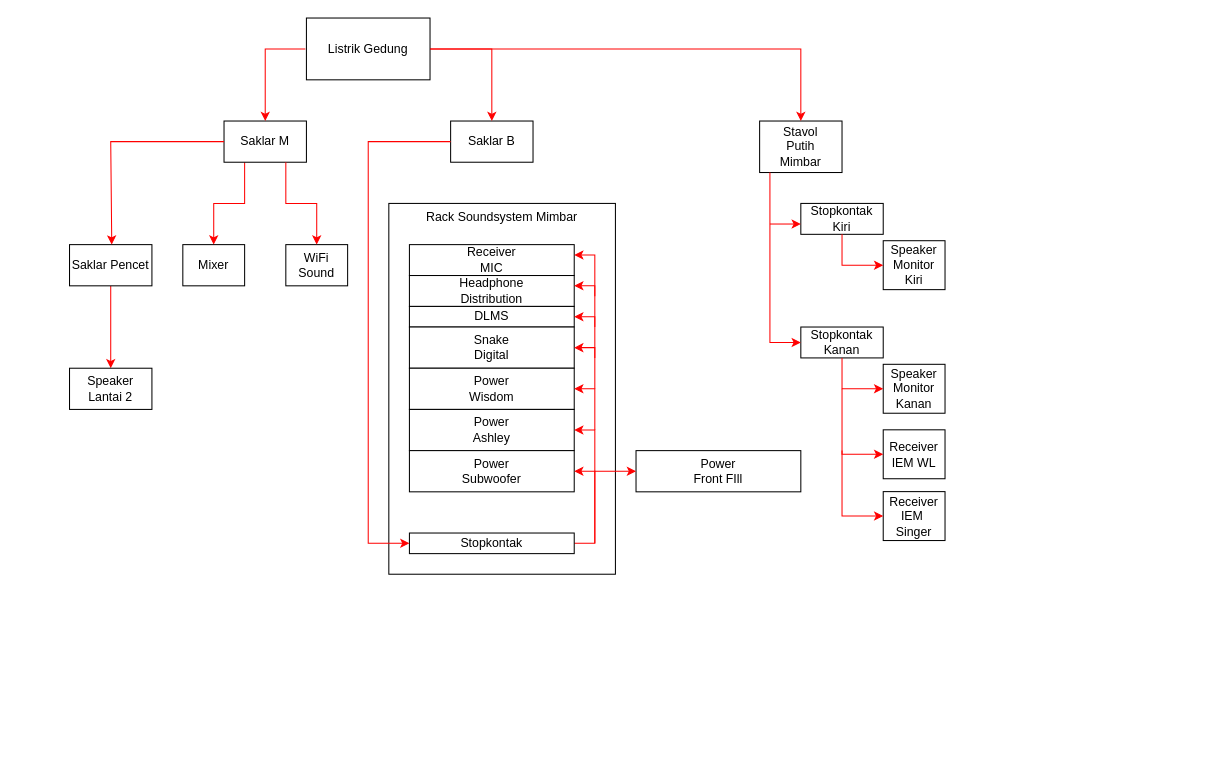
Earlier version of the draw.io diagram Soundsystem.drawio (hnkzf/topologi-site). Source tidied: cells renumbered, new cells numbered last; positions are measured from the earlier drawing's top-left corner, leaving out a move shared by most shapes. Both pictures are drawn from the tidied source at 103%, with x=0, y=0 at pixel (69, 18).
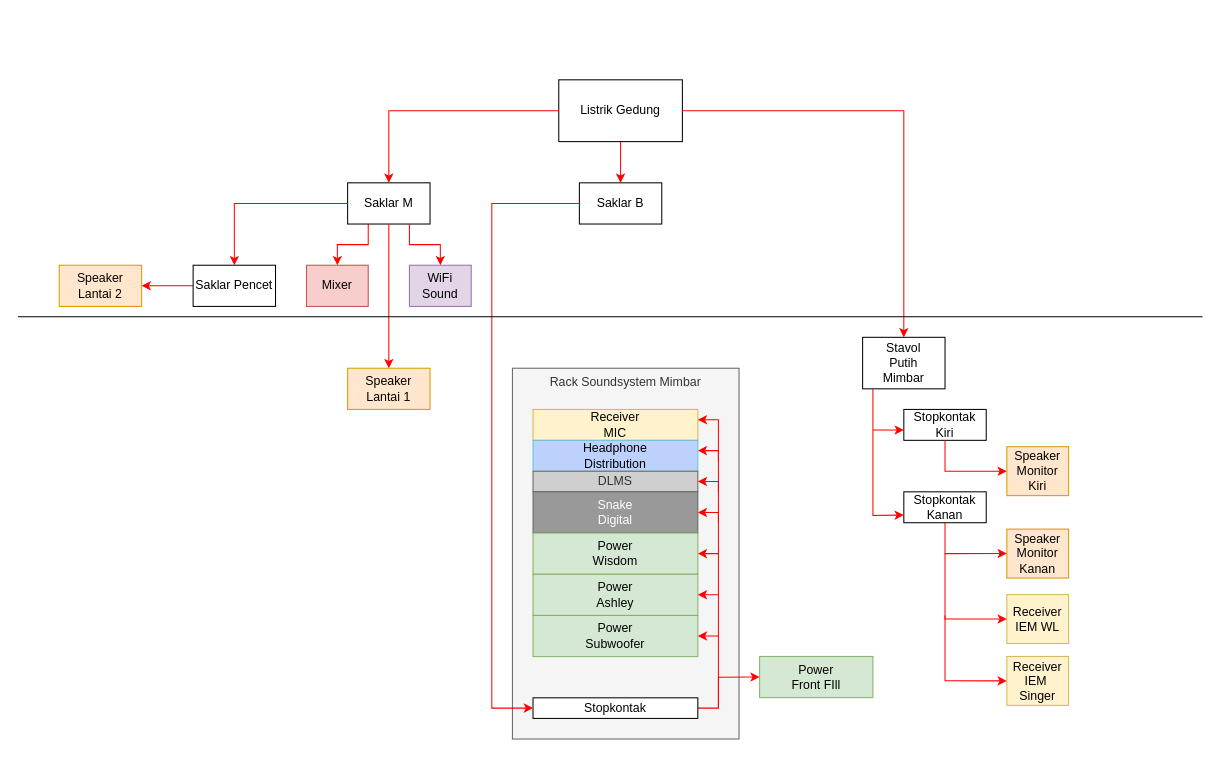
The same diagram, later.

What changed in the source:
```diff
@@
+    <mxCell id="6" value="Rack Soundsystem Mimbar" style="rounded=0;whiteSpace=wrap;html=1;fillColor=#f5f5f5;verticalAlign=top;labelBackgroundColor=none;strokeColor=#666666;fontColor=#333333;" parent="1" vertex="1">
+      <mxGeometry x="430" y="340" width="220" height="360" as="geometry" />
+    </mxCell>
     <mxCell id="2" style="edgeStyle=orthogonalEdgeStyle;rounded=0;jettySize=auto;html=1;entryX=0.5;entryY=0;entryDx=0;entryDy=0;labelBackgroundColor=none;fontColor=default;strokeColor=#FF0000;" parent="1" edge="1" source="3" target="5">
       <mxGeometry relative="1" as="geometry">
         <Array as="points">
-          <mxPoint x="170" y="180" />
-          <mxPoint x="140" y="180" />
+          <mxPoint x="290" y="220" />
+          <mxPoint x="260" y="220" />
         </Array>
       </mxGeometry>
     </mxCell>
     <mxCell id="3" value="Saklar M" style="rounded=0;whiteSpace=wrap;html=1;labelBackgroundColor=none;" parent="1" vertex="1">
-      <mxGeometry x="150" y="100" width="80" height="40" as="geometry" />
+      <mxGeometry x="270" y="160" width="80" height="40" as="geometry" />
     </mxCell>
     <mxCell id="4" value="Saklar B" style="rounded=0;whiteSpace=wrap;html=1;labelBackgroundColor=none;" parent="1" vertex="1">
-      <mxGeometry x="370" y="100" width="80" height="40" as="geometry" />
+      <mxGeometry x="495" y="160" width="80" height="40" as="geometry" />
     </mxCell>
-    <mxCell id="5" value="Mixer" style="rounded=0;whiteSpace=wrap;html=1;labelBackgroundColor=none;" parent="1" vertex="1">
-      <mxGeometry x="110" y="220" width="60" height="40" as="geometry" />
+    <mxCell id="5" value="Mixer" style="rounded=0;whiteSpace=wrap;html=1;labelBackgroundColor=none;fillColor=#f8cecc;strokeColor=#b85450;" parent="1" vertex="1">
+      <mxGeometry x="230" y="240" width="60" height="40" as="geometry" />
     </mxCell>
-    <mxCell id="6" value="Rack Soundsystem Mimbar" style="rounded=0;whiteSpace=wrap;html=1;fillColor=none;verticalAlign=top;labelBackgroundColor=none;" parent="1" vertex="1">
-      <mxGeometry x="310" y="180" width="220" height="360" as="geometry" />
-    </mxCell>
-    <mxCell id="7" value="Receiver&lt;div&gt;MIC&lt;/div&gt;" style="rounded=0;whiteSpace=wrap;html=1;labelBackgroundColor=none;" parent="1" vertex="1">
-      <mxGeometry x="330" y="220" width="160" height="30" as="geometry" />
+    <mxCell id="7" value="Receiver&lt;div&gt;MIC&lt;/div&gt;" style="rounded=0;whiteSpace=wrap;html=1;labelBackgroundColor=none;fillColor=#fff2cc;strokeColor=#d6b656;" parent="1" vertex="1">
+      <mxGeometry x="450" y="380" width="160" height="30" as="geometry" />
     </mxCell>
-    <mxCell id="8" value="Headphone&lt;div&gt;Distribution&lt;/div&gt;" style="rounded=0;whiteSpace=wrap;html=1;labelBackgroundColor=none;" parent="1" vertex="1">
-      <mxGeometry x="330" y="250" width="160" height="30" as="geometry" />
+    <mxCell id="8" value="Headphone&lt;div&gt;Distribution&lt;/div&gt;" style="rounded=0;whiteSpace=wrap;html=1;labelBackgroundColor=none;fillColor=#BCD1FC;strokeColor=#6AC3D4;" parent="1" vertex="1">
+      <mxGeometry x="450" y="410" width="160" height="30" as="geometry" />
     </mxCell>
-    <mxCell id="9" value="DLMS" style="rounded=0;whiteSpace=wrap;html=1;labelBackgroundColor=none;" parent="1" vertex="1">
-      <mxGeometry x="330" y="280" width="160" height="20" as="geometry" />
+    <mxCell id="9" value="DLMS" style="rounded=0;whiteSpace=wrap;html=1;labelBackgroundColor=none;fillColor=#CFCFCF;fontColor=#333333;strokeColor=#666666;" parent="1" vertex="1">
+      <mxGeometry x="450" y="440" width="160" height="20" as="geometry" />
     </mxCell>
-    <mxCell id="10" value="Snake&lt;div&gt;Digital&lt;/div&gt;" style="rounded=0;whiteSpace=wrap;html=1;labelBackgroundColor=none;" parent="1" vertex="1">
-      <mxGeometry x="330" y="300" width="160" height="40" as="geometry" />
+    <mxCell id="10" value="Snake&lt;div&gt;Digital&lt;/div&gt;" style="rounded=0;whiteSpace=wrap;html=1;labelBackgroundColor=none;fillColor=#999999;fontColor=#FFFFFF;strokeColor=#666666;" parent="1" vertex="1">
+      <mxGeometry x="450" y="460" width="160" height="40" as="geometry" />
     </mxCell>
-    <mxCell id="11" value="Power&lt;div&gt;Wisdom&lt;/div&gt;" style="rounded=0;whiteSpace=wrap;html=1;labelBackgroundColor=none;" parent="1" vertex="1">
-      <mxGeometry x="330" y="340" width="160" height="40" as="geometry" />
+    <mxCell id="11" value="Power&lt;div&gt;Wisdom&lt;/div&gt;" style="rounded=0;whiteSpace=wrap;html=1;labelBackgroundColor=none;fillColor=#d5e8d4;strokeColor=#82b366;" parent="1" vertex="1">
+      <mxGeometry x="450" y="500" width="160" height="40" as="geometry" />
     </mxCell>
-    <mxCell id="12" value="Power&lt;div&gt;Ashley&lt;/div&gt;" style="rounded=0;whiteSpace=wrap;html=1;labelBackgroundColor=none;" parent="1" vertex="1">
-      <mxGeometry x="330" y="380" width="160" height="40" as="geometry" />
+    <mxCell id="12" value="Power&lt;div&gt;Ashley&lt;/div&gt;" style="rounded=0;whiteSpace=wrap;html=1;labelBackgroundColor=none;fillColor=#d5e8d4;strokeColor=#82b366;" parent="1" vertex="1">
+      <mxGeometry x="450" y="540" width="160" height="40" as="geometry" />
     </mxCell>
-    <mxCell id="13" value="Power&lt;div&gt;Subwoofer&lt;/div&gt;" style="rounded=0;whiteSpace=wrap;html=1;labelBackgroundColor=none;" parent="1" vertex="1">
-      <mxGeometry x="330" y="420" width="160" height="40" as="geometry" />
+    <mxCell id="13" value="Power&lt;div&gt;Subwoofer&lt;/div&gt;" style="rounded=0;whiteSpace=wrap;html=1;labelBackgroundColor=none;fillColor=#d5e8d4;strokeColor=#82b366;" parent="1" vertex="1">
+      <mxGeometry x="450" y="580" width="160" height="40" as="geometry" />
     </mxCell>
-    <mxCell id="14" value="Power&lt;div&gt;Front FIll&lt;/div&gt;" style="rounded=0;whiteSpace=wrap;html=1;labelBackgroundColor=none;" parent="1" vertex="1">
-      <mxGeometry x="550" y="420" width="160" height="40" as="geometry" />
+    <mxCell id="14" value="Power&lt;div&gt;Front FIll&lt;/div&gt;" style="rounded=0;whiteSpace=wrap;html=1;labelBackgroundColor=none;fillColor=#d5e8d4;strokeColor=#82b366;" parent="1" vertex="1">
+      <mxGeometry x="670" y="619.8" width="110" height="40" as="geometry" />
     </mxCell>
     <mxCell id="15" style="edgeStyle=orthogonalEdgeStyle;rounded=0;jettySize=auto;html=1;entryX=1;entryY=0.5;entryDx=0;entryDy=0;labelBackgroundColor=none;fontColor=default;strokeColor=#FF0000;" parent="1" edge="1" source="16" target="13">
       <mxGeometry relative="1" as="geometry">
         <Array as="points">
-          <mxPoint x="510" y="510" />
-          <mxPoint x="510" y="440" />
+          <mxPoint x="630" y="670" />
+          <mxPoint x="630" y="600" />
         </Array>
       </mxGeometry>
     </mxCell>
     <mxCell id="16" value="Stopkontak" style="rounded=0;whiteSpace=wrap;html=1;labelBackgroundColor=none;" parent="1" vertex="1">
-      <mxGeometry x="330" y="500" width="160" height="20" as="geometry" />
+      <mxGeometry x="450" y="660" width="160" height="20" as="geometry" />
     </mxCell>
     <mxCell id="17" style="endArrow=classic;html=1;rounded=0;labelBackgroundColor=none;fontColor=default;strokeColor=#FF0000;" parent="1" edge="1">
       <mxGeometry relative="1" as="geometry">
-        <mxPoint x="510" y="440" as="sourcePoint" />
-        <mxPoint x="490" y="400" as="targetPoint" />
+        <mxPoint x="630" y="600" as="sourcePoint" />
+        <mxPoint x="610" y="560" as="targetPoint" />
         <Array as="points">
-          <mxPoint x="510" y="400" />
+          <mxPoint x="630" y="560" />
         </Array>
       </mxGeometry>
     </mxCell>
     <mxCell id="18" style="endArrow=classic;html=1;rounded=0;labelBackgroundColor=none;fontColor=default;strokeColor=#FF0000;" parent="1" edge="1">
       <mxGeometry relative="1" as="geometry">
-        <mxPoint x="510" y="400" as="sourcePoint" />
-        <mxPoint x="490" y="360" as="targetPoint" />
+        <mxPoint x="630" y="560" as="sourcePoint" />
+        <mxPoint x="610" y="520" as="targetPoint" />
         <Array as="points">
-          <mxPoint x="510" y="360" />
+          <mxPoint x="630" y="520" />
         </Array>
       </mxGeometry>
     </mxCell>
     <mxCell id="19" style="endArrow=classic;html=1;rounded=0;labelBackgroundColor=none;fontColor=default;strokeColor=#FF0000;" parent="1" edge="1">
       <mxGeometry relative="1" as="geometry">
-        <mxPoint x="510" y="300" as="sourcePoint" />
-        <mxPoint x="490" y="260" as="targetPoint" />
+        <mxPoint x="630" y="460" as="sourcePoint" />
+        <mxPoint x="610" y="420" as="targetPoint" />
         <Array as="points">
-          <mxPoint x="510" y="260" />
+          <mxPoint x="630" y="420" />
         </Array>
       </mxGeometry>
     </mxCell>
     <mxCell id="20" style="endArrow=classic;html=1;rounded=0;labelBackgroundColor=none;fontColor=default;strokeColor=#FF0000;" parent="1" edge="1">
       <mxGeometry relative="1" as="geometry">
-        <mxPoint x="510" y="360" as="sourcePoint" />
-        <mxPoint x="490" y="320" as="targetPoint" />
+        <mxPoint x="630" y="520" as="sourcePoint" />
+        <mxPoint x="610" y="480" as="targetPoint" />
         <Array as="points">
-          <mxPoint x="510" y="320" />
+          <mxPoint x="630" y="480" />
         </Array>
       </mxGeometry>
     </mxCell>
     <mxCell id="21" style="endArrow=classic;html=1;rounded=0;labelBackgroundColor=none;fontColor=default;strokeColor=#FF0000;" parent="1" edge="1">
       <mxGeometry relative="1" as="geometry">
-        <mxPoint x="510" y="330" as="sourcePoint" />
-        <mxPoint x="490" y="290" as="targetPoint" />
+        <mxPoint x="630" y="490" as="sourcePoint" />
+        <mxPoint x="610" y="450" as="targetPoint" />
         <Array as="points">
-          <mxPoint x="510" y="290" />
+          <mxPoint x="630" y="450" />
         </Array>
       </mxGeometry>
     </mxCell>
     <mxCell id="22" style="endArrow=classic;html=1;rounded=0;labelBackgroundColor=none;fontColor=default;strokeColor=#FF0000;" parent="1" edge="1">
       <mxGeometry relative="1" as="geometry">
-        <mxPoint x="510" y="270" as="sourcePoint" />
-        <mxPoint x="490" y="230" as="targetPoint" />
+        <mxPoint x="630" y="430" as="sourcePoint" />
+        <mxPoint x="610" y="390" as="targetPoint" />
         <Array as="points">
-          <mxPoint x="510" y="230" />
+          <mxPoint x="630" y="390" />
         </Array>
       </mxGeometry>
     </mxCell>
     <mxCell id="23" style="endArrow=classic;html=1;rounded=0;labelBackgroundColor=none;fontColor=default;strokeColor=#FF0000;entryX=0;entryY=0.5;entryDx=0;entryDy=0;" parent="1" edge="1" target="14">
       <mxGeometry relative="1" as="geometry">
-        <mxPoint x="510" y="510" as="sourcePoint" />
+        <mxPoint x="630" y="670" as="sourcePoint" />
         <Array as="points">
-          <mxPoint x="510" y="440" />
+          <mxPoint x="630" y="640" />
         </Array>
       </mxGeometry>
     </mxCell>
-    <mxCell id="24" style="endArrow=classic;html=1;rounded=0;exitX=0;exitY=0.5;exitDx=0;exitDy=0;strokeColor=#FF0000;" parent="1" edge="1" source="4">
+    <mxCell id="24" style="endArrow=classic;html=1;rounded=0;exitX=0;exitY=0.5;exitDx=0;exitDy=0;strokeColor=#FF0000;entryX=0;entryY=0.5;entryDx=0;entryDy=0;" parent="1" edge="1" source="4" target="16">
       <mxGeometry relative="1" as="geometry">
-        <mxPoint x="330" y="510" as="targetPoint" />
         <Array as="points">
-          <mxPoint x="290" y="120" />
-          <mxPoint x="290" y="510" />
+          <mxPoint x="410" y="180" />
+          <mxPoint x="410" y="670" />
         </Array>
       </mxGeometry>
     </mxCell>
-    <mxCell id="25" style="edgeStyle=orthogonalEdgeStyle;rounded=0;jettySize=auto;html=1;entryX=0.5;entryY=0;entryDx=0;entryDy=0;labelBackgroundColor=none;fontColor=default;strokeColor=#FF0000;" parent="1" edge="1" source="26" target="27">
+    <mxCell id="25" style="edgeStyle=orthogonalEdgeStyle;rounded=0;jettySize=auto;html=1;entryX=1;entryY=0.5;entryDx=0;entryDy=0;labelBackgroundColor=none;fontColor=default;strokeColor=#FF0000;entryPerimeter=0;" parent="1" edge="1" source="26" target="27">
       <mxGeometry relative="1" as="geometry" />
     </mxCell>
     <mxCell id="26" value="Saklar Pencet" style="rounded=0;whiteSpace=wrap;html=1;labelBackgroundColor=none;" parent="1" vertex="1">
-      <mxGeometry y="220" width="80" height="40" as="geometry" />
+      <mxGeometry x="120" y="240" width="80" height="40" as="geometry" />
     </mxCell>
-    <mxCell id="27" value="Speaker&lt;div&gt;Lantai 2&lt;/div&gt;" style="rounded=0;whiteSpace=wrap;html=1;labelBackgroundColor=none;" parent="1" vertex="1">
-      <mxGeometry y="340" width="80" height="40" as="geometry" />
+    <mxCell id="27" value="Speaker&lt;div&gt;Lantai 2&lt;/div&gt;" style="rounded=0;whiteSpace=wrap;html=1;labelBackgroundColor=none;fillColor=#ffe6cc;strokeColor=#d79b00;" parent="1" vertex="1">
+      <mxGeometry x="-10" y="240" width="80" height="40" as="geometry" />
     </mxCell>
-    <mxCell id="28" value="WiFi&lt;div&gt;Sound&lt;/div&gt;" style="rounded=0;whiteSpace=wrap;html=1;labelBackgroundColor=none;" parent="1" vertex="1">
-      <mxGeometry x="210" y="220" width="60" height="40" as="geometry" />
+    <mxCell id="28" value="WiFi&lt;div&gt;Sound&lt;/div&gt;" style="rounded=0;whiteSpace=wrap;html=1;labelBackgroundColor=none;fillColor=#e1d5e7;strokeColor=#9673a6;" parent="1" vertex="1">
+      <mxGeometry x="330" y="240" width="60" height="40" as="geometry" />
     </mxCell>
     <mxCell id="29" style="endArrow=classic;html=1;rounded=0;exitX=0.75;exitY=1;exitDx=0;exitDy=0;entryX=0.5;entryY=0;entryDx=0;entryDy=0;strokeColor=#FF0000;" parent="1" edge="1" source="3" target="28">
       <mxGeometry relative="1" as="geometry">
         <Array as="points">
-          <mxPoint x="210" y="180" />
-          <mxPoint x="240" y="180" />
+          <mxPoint x="330" y="220" />
+          <mxPoint x="360" y="220" />
         </Array>
       </mxGeometry>
     </mxCell>
-    <mxCell id="30" style="endArrow=classic;html=1;rounded=0;strokeColor=#FF0000;exitX=1;exitY=0.5;exitDx=0;exitDy=0;entryX=0.5;entryY=0;entryDx=0;entryDy=0;" parent="1" edge="1" source="31" target="4">
-      <mxGeometry relative="1" as="geometry">
-        <Array as="points">
-          <mxPoint x="410" y="30" />
-        </Array>
-      </mxGeometry>
+    <mxCell id="30" style="endArrow=classic;html=1;rounded=0;strokeColor=#FF0000;entryX=0.5;entryY=0;entryDx=0;entryDy=0;exitX=0.5;exitY=1;exitDx=0;exitDy=0;" parent="1" edge="1" source="31" target="4">
+      <mxGeometry relative="1" as="geometry" />
     </mxCell>
     <mxCell id="31" value="Listrik Gedung" style="rounded=0;whiteSpace=wrap;html=1;" parent="1" vertex="1">
-      <mxGeometry x="230" width="120" height="60" as="geometry" />
+      <mxGeometry x="475" y="60" width="120" height="60" as="geometry" />
     </mxCell>
-    <mxCell id="32" style="endArrow=classic;html=1;rounded=0;exitX=0;exitY=0.5;exitDx=0;exitDy=0;strokeColor=#FF0000;" parent="1" edge="1">
+    <mxCell id="32" style="endArrow=classic;html=1;rounded=0;strokeColor=#FF0000;" parent="1" edge="1" source="31">
       <mxGeometry relative="1" as="geometry">
-        <mxPoint x="229" y="30" as="sourcePoint" />
-        <mxPoint x="190" y="100" as="targetPoint" />
+        <mxPoint x="310" y="160" as="targetPoint" />
         <Array as="points">
-          <mxPoint x="190" y="30" />
+          <mxPoint x="310" y="90" />
         </Array>
       </mxGeometry>
     </mxCell>
     <mxCell id="33" style="endArrow=classic;html=1;rounded=0;exitX=0;exitY=0.5;exitDx=0;exitDy=0;strokeColor=#FF0000;" parent="1" edge="1" source="3">
       <mxGeometry relative="1" as="geometry">
-        <mxPoint x="41" y="220" as="targetPoint" />
+        <mxPoint x="160" y="240" as="targetPoint" />
         <Array as="points">
-          <mxPoint x="40" y="120" />
+          <mxPoint x="160" y="180" />
         </Array>
       </mxGeometry>
     </mxCell>
     <mxCell id="34" value="Stavol&lt;div&gt;Putih&lt;/div&gt;&lt;div&gt;Mimbar&lt;/div&gt;" style="rounded=0;whiteSpace=wrap;html=1;labelBackgroundColor=none;" parent="1" vertex="1">
-      <mxGeometry x="670" y="100" width="80" height="50" as="geometry" />
+      <mxGeometry x="770" y="310" width="80" height="50" as="geometry" />
     </mxCell>
-    <mxCell id="35" style="endArrow=classic;html=1;rounded=0;strokeColor=#FF0000;exitX=1;exitY=0.5;exitDx=0;exitDy=0;entryX=0.5;entryY=0;entryDx=0;entryDy=0;" parent="1" edge="1" source="31">
+    <mxCell id="35" style="endArrow=classic;html=1;rounded=0;strokeColor=#FF0000;exitX=1;exitY=0.5;exitDx=0;exitDy=0;entryX=0.5;entryY=0;entryDx=0;entryDy=0;" parent="1" edge="1" source="31" target="34">
       <mxGeometry relative="1" as="geometry">
-        <mxPoint x="710" y="100" as="targetPoint" />
         <Array as="points">
-          <mxPoint x="710" y="30" />
+          <mxPoint x="810" y="90" />
         </Array>
       </mxGeometry>
     </mxCell>
     <mxCell id="36" value="Stopkontak&lt;div&gt;Kiri&lt;/div&gt;" style="rounded=0;whiteSpace=wrap;html=1;" parent="1" vertex="1">
-      <mxGeometry x="710" y="180" width="80" height="30" as="geometry" />
+      <mxGeometry x="810" y="380" width="80" height="30" as="geometry" />
     </mxCell>
     <mxCell id="37" value="Stopkontak&lt;div&gt;Kanan&lt;/div&gt;" style="rounded=0;whiteSpace=wrap;html=1;" parent="1" vertex="1">
-      <mxGeometry x="710" y="300" width="80" height="30" as="geometry" />
+      <mxGeometry x="810" y="460" width="80" height="30" as="geometry" />
     </mxCell>
-    <mxCell id="38" style="endArrow=classic;html=1;rounded=0;exitX=0.125;exitY=1;exitDx=0;exitDy=0;exitPerimeter=0;strokeColor=#FF0000;" parent="1" edge="1" source="34">
+    <mxCell id="38" style="endArrow=classic;html=1;rounded=0;exitX=0.125;exitY=1;exitDx=0;exitDy=0;exitPerimeter=0;strokeColor=#FF0000;entryX=0;entryY=0.75;entryDx=0;entryDy=0;" parent="1" edge="1" source="34" target="37">
       <mxGeometry relative="1" as="geometry">
-        <mxPoint x="710" y="315" as="targetPoint" />
         <Array as="points">
-          <mxPoint x="680" y="315" />
+          <mxPoint x="780" y="483" />
         </Array>
       </mxGeometry>
     </mxCell>
     <mxCell id="39" style="endArrow=classic;html=1;rounded=0;strokeColor=#FF0000;" parent="1" edge="1">
       <mxGeometry relative="1" as="geometry">
-        <mxPoint x="680" y="200" as="sourcePoint" />
-        <mxPoint x="710" y="200" as="targetPoint" />
+        <mxPoint x="780" y="400" as="sourcePoint" />
+        <mxPoint x="810" y="400" as="targetPoint" />
       </mxGeometry>
     </mxCell>
-    <mxCell id="40" value="Speaker&lt;div&gt;Monitor Kiri&lt;/div&gt;" style="rounded=0;whiteSpace=wrap;html=1;" parent="1" vertex="1">
-      <mxGeometry x="790" y="216.2" width="60" height="47.5" as="geometry" />
+    <mxCell id="40" value="Speaker&lt;div&gt;Monitor Kiri&lt;/div&gt;" style="rounded=0;whiteSpace=wrap;html=1;fillColor=#ffe6cc;strokeColor=#d79b00;" parent="1" vertex="1">
+      <mxGeometry x="910" y="416.2" width="60" height="47.5" as="geometry" />
     </mxCell>
     <mxCell id="41" style="endArrow=classic;html=1;rounded=0;entryX=0;entryY=0.5;entryDx=0;entryDy=0;strokeColor=#FF0000;" parent="1" edge="1" target="40">
       <mxGeometry relative="1" as="geometry">
-        <mxPoint x="750" y="210" as="sourcePoint" />
+        <mxPoint x="850" y="410" as="sourcePoint" />
         <Array as="points">
-          <mxPoint x="750" y="240" />
+          <mxPoint x="850" y="440" />
         </Array>
       </mxGeometry>
     </mxCell>
-    <mxCell id="42" value="Speaker&lt;div&gt;Monitor Kanan&lt;/div&gt;" style="rounded=0;whiteSpace=wrap;html=1;" parent="1" vertex="1">
-      <mxGeometry x="790" y="336.2" width="60" height="47.5" as="geometry" />
+    <mxCell id="42" value="Speaker&lt;div&gt;Monitor Kanan&lt;/div&gt;" style="rounded=0;whiteSpace=wrap;html=1;fillColor=#ffe6cc;strokeColor=#d79b00;" parent="1" vertex="1">
+      <mxGeometry x="910" y="496.2" width="60" height="47.5" as="geometry" />
     </mxCell>
     <mxCell id="43" style="endArrow=classic;html=1;rounded=0;entryX=0;entryY=0.5;entryDx=0;entryDy=0;strokeColor=#FF0000;" parent="1" edge="1" target="42">
       <mxGeometry relative="1" as="geometry">
-        <mxPoint x="750" y="330" as="sourcePoint" />
+        <mxPoint x="850" y="490" as="sourcePoint" />
         <Array as="points">
-          <mxPoint x="750" y="360" />
+          <mxPoint x="850" y="520" />
         </Array>
       </mxGeometry>
     </mxCell>
-    <mxCell id="44" value="Receiver&lt;div&gt;IEM WL&lt;/div&gt;" style="rounded=0;whiteSpace=wrap;html=1;" parent="1" vertex="1">
-      <mxGeometry x="790" y="399.8" width="60" height="47.5" as="geometry" />
+    <mxCell id="44" value="Receiver&lt;div&gt;IEM WL&lt;/div&gt;" style="rounded=0;whiteSpace=wrap;html=1;fillColor=#fff2cc;strokeColor=#d6b656;" parent="1" vertex="1">
+      <mxGeometry x="910" y="559.8" width="60" height="47.5" as="geometry" />
     </mxCell>
     <mxCell id="45" style="endArrow=classic;html=1;rounded=0;entryX=0;entryY=0.5;entryDx=0;entryDy=0;strokeColor=#FF0000;" parent="1" edge="1" target="44">
       <mxGeometry relative="1" as="geometry">
-        <mxPoint x="750" y="360" as="sourcePoint" />
+        <mxPoint x="850" y="520" as="sourcePoint" />
         <Array as="points">
-          <mxPoint x="750" y="423.5" />
+          <mxPoint x="850" y="583.5" />
         </Array>
       </mxGeometry>
     </mxCell>
-    <mxCell id="46" value="Receiver&lt;div&gt;IEM&amp;nbsp;&lt;/div&gt;&lt;div&gt;Singer&lt;/div&gt;" style="rounded=0;whiteSpace=wrap;html=1;" parent="1" vertex="1">
-      <mxGeometry x="790" y="459.8" width="60" height="47.5" as="geometry" />
+    <mxCell id="46" value="Receiver&lt;div&gt;IEM&amp;nbsp;&lt;/div&gt;&lt;div&gt;Singer&lt;/div&gt;" style="rounded=0;whiteSpace=wrap;html=1;fillColor=#fff2cc;strokeColor=#d6b656;" parent="1" vertex="1">
+      <mxGeometry x="910" y="619.8" width="60" height="47.5" as="geometry" />
     </mxCell>
     <mxCell id="47" style="endArrow=classic;html=1;rounded=0;entryX=0;entryY=0.5;entryDx=0;entryDy=0;strokeColor=#FF0000;" parent="1" edge="1" target="46">
       <mxGeometry relative="1" as="geometry">
-        <mxPoint x="750" y="420" as="sourcePoint" />
+        <mxPoint x="850" y="580" as="sourcePoint" />
         <Array as="points">
-          <mxPoint x="750" y="483.5" />
+          <mxPoint x="850" y="643.5" />
         </Array>
       </mxGeometry>
     </mxCell>
+    <mxCell id="48" value="Speaker&lt;div&gt;Lantai 1&lt;/div&gt;" style="rounded=0;whiteSpace=wrap;html=1;labelBackgroundColor=none;fillColor=#ffe6cc;strokeColor=#d79b00;" parent="1" vertex="1">
+      <mxGeometry x="270" y="340" width="80" height="40" as="geometry" />
+    </mxCell>
+    <mxCell id="49" style="edgeStyle=orthogonalEdgeStyle;rounded=0;jettySize=auto;html=1;entryX=0.5;entryY=0;entryDx=0;entryDy=0;labelBackgroundColor=none;fontColor=default;strokeColor=#FF0000;exitX=0.5;exitY=1;exitDx=0;exitDy=0;" parent="1" edge="1" source="3" target="48">
+      <mxGeometry relative="1" as="geometry" />
+    </mxCell>
+    <mxCell id="50" style="endArrow=none;html=1;rounded=0;" parent="1" edge="1">
+      <mxGeometry relative="1" as="geometry">
+        <mxPoint x="-50" y="290" as="sourcePoint" />
+        <mxPoint x="1100" y="290" as="targetPoint" />
+      </mxGeometry>
+    </mxCell>
```
